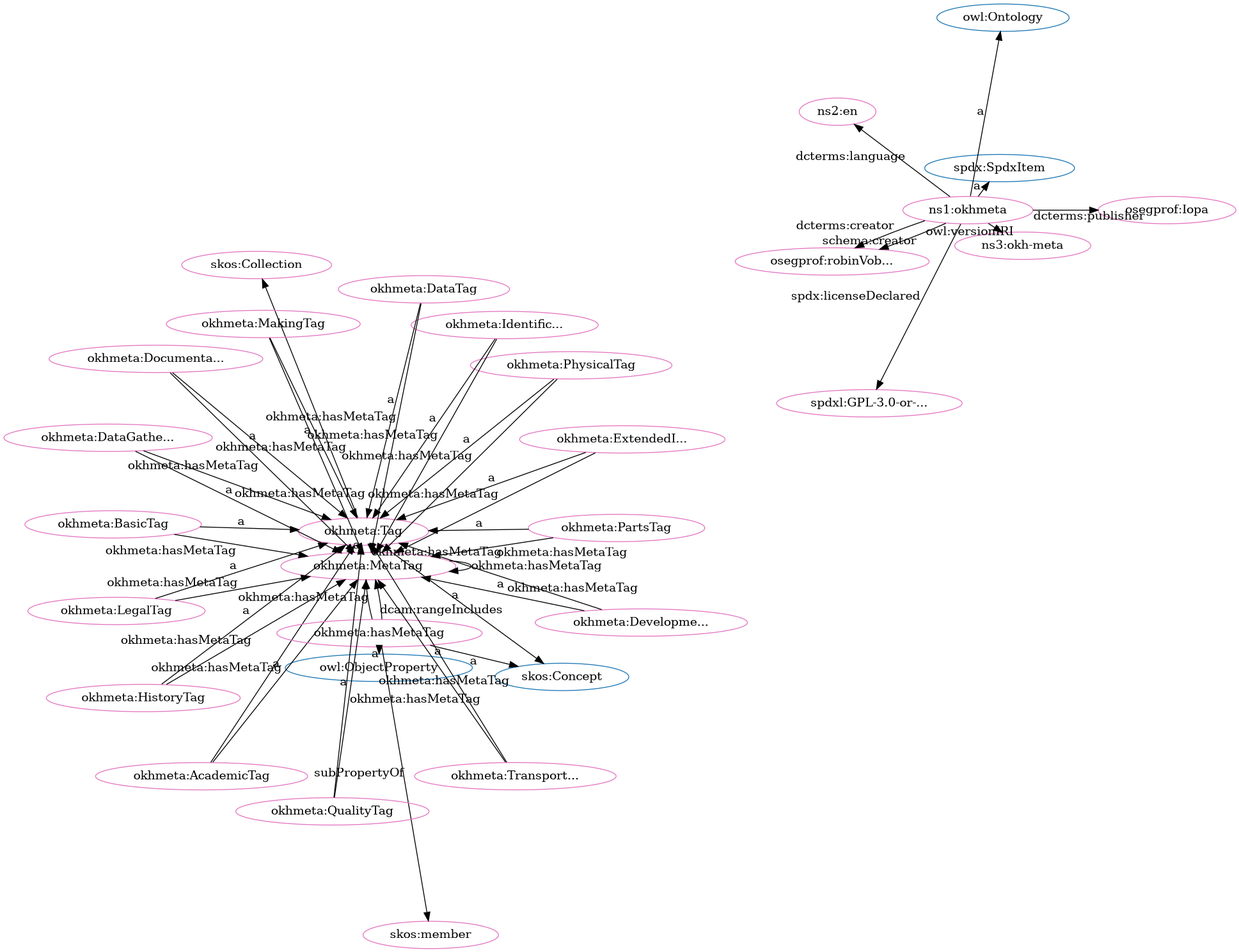
Above: src/spec/fdp_okh-meta.png in iop-alliance/OpenKnowHow (Graphviz), before the change. Its source is kept beside it as src/spec/fdp_okh-meta.dot.
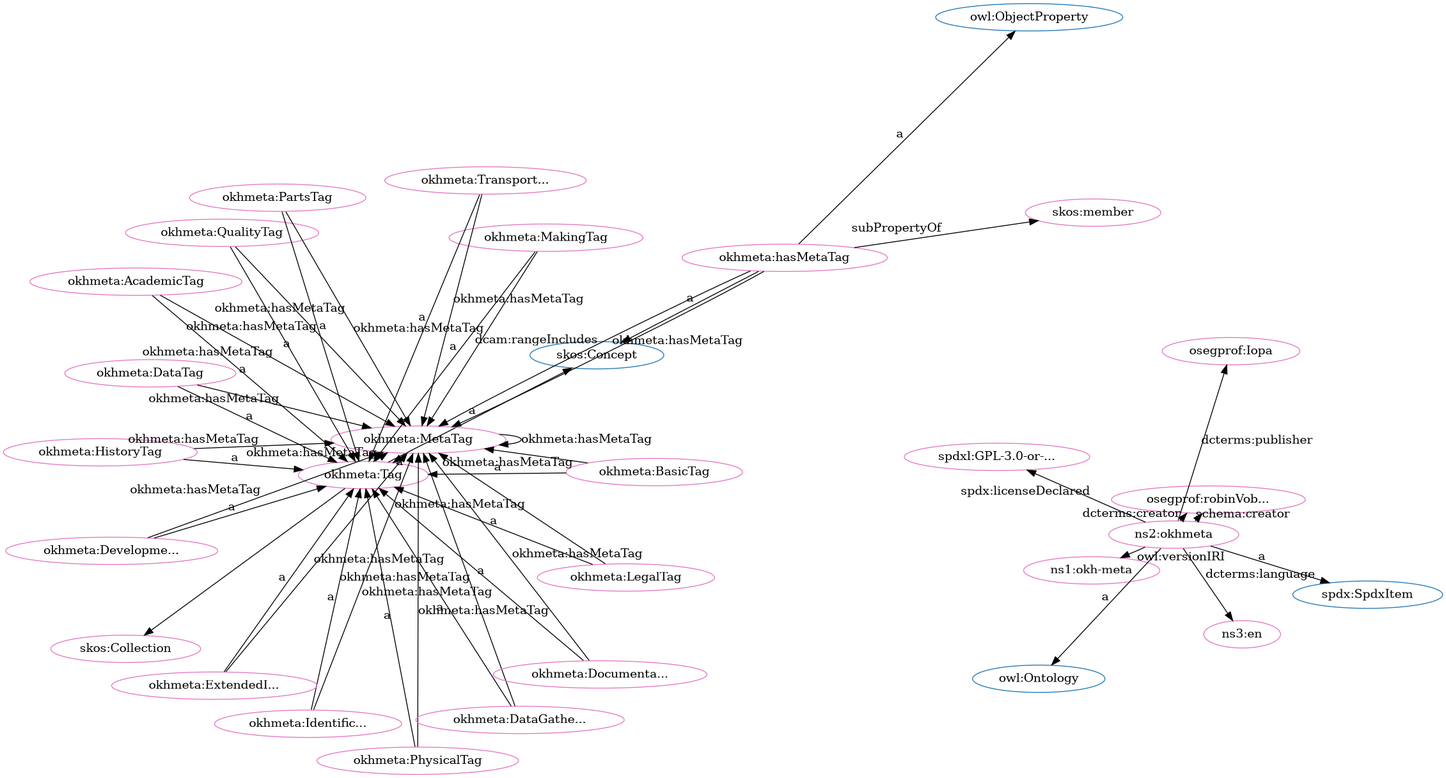
The same diagram one commit later.

Change to the diagram source:
```diff
@@ -1,84 +1,84 @@
 digraph G {
   rankdir=BT
   node[height=.3]
+"http://www.w3.org/2002/07/owl#Ontology" [fillcolor="#1f77b4" color="#1f77b4" label="owl:Ontology"]
 "http://w3id.org/oseg/ont/okhmeta#Tag" [fillcolor="#1f77b4" color="#1f77b4" label="okhmeta:Tag"]
+"http://spdx.org/rdf/terms#SpdxItem" [fillcolor="#1f77b4" color="#1f77b4" label="spdx:SpdxItem"]
+"http://www.w3.org/2002/07/owl#ObjectProperty" [fillcolor="#1f77b4" color="#1f77b4" label="owl:ObjectProperty"]
+"http://www.w3.org/2004/02/skos/core#Collection" [fillcolor="#1f77b4" color="#1f77b4" label="skos:Collection"]
 "http://www.w3.org/2004/02/skos/core#Concept" [fillcolor="#1f77b4" color="#1f77b4" label="skos:Concept"]
-"http://www.w3.org/2002/07/owl#ObjectProperty" [fillcolor="#1f77b4" color="#1f77b4" label="owl:ObjectProperty"]
-"http://www.w3.org/2002/07/owl#Ontology" [fillcolor="#1f77b4" color="#1f77b4" label="owl:Ontology"]
-"http://spdx.org/rdf/terms#SpdxItem" [fillcolor="#1f77b4" color="#1f77b4" label="spdx:SpdxItem"]
-"http://www.w3.org/2004/02/skos/core#Collection" [fillcolor="#1f77b4" color="#1f77b4" label="skos:Collection"]
+"http://w3id.org/oseg/ont/okhmeta#IdentificationTag" [fillcolor="#e377c2" color="#e377c2" label="okhmeta:Identific..."]
 "http://w3id.org/oseg/ont/okhmeta#MetaTag" [fillcolor="#e377c2" color="#e377c2" label="okhmeta:MetaTag"]
+"http://w3id.org/oseg/ont/okhmeta#ExtendedInfoTag" [fillcolor="#e377c2" color="#e377c2" label="okhmeta:ExtendedI..."]
+"http://w3id.org/oseg/ont/1.1.0/okh-meta" [fillcolor="#e377c2" color="#e377c2" label="ns1:okh-meta"]
+"http://w3id.org/oseg/ont/okhmeta#DevelopmentTag" [fillcolor="#e377c2" color="#e377c2" label="okhmeta:Developme..."]
+"http://spdx.org/licenses/GPL-3.0-or-later" [fillcolor="#e377c2" color="#e377c2" label="spdxl:GPL-3.0-or-..."]
+"http://w3id.org/oseg/ont/okhmeta#PhysicalTag" [fillcolor="#e377c2" color="#e377c2" label="okhmeta:PhysicalTag"]
+"http://w3id.org/oseg/ont/okhmeta#hasMetaTag" [fillcolor="#e377c2" color="#e377c2" label="okhmeta:hasMetaTag"]
+"http://w3id.org/oseg/ont/okhmeta#QualityTag" [fillcolor="#e377c2" color="#e377c2" label="okhmeta:QualityTag"]
+"http://w3id.org/oseg/ont/okhmeta#Tag" [fillcolor="#e377c2" color="#e377c2" label="okhmeta:Tag"]
+"http://w3id.org/oseg/ont/okhmeta#AcademicTag" [fillcolor="#e377c2" color="#e377c2" label="okhmeta:AcademicTag"]
+"http://w3id.org/oseg/ont/okhmeta#DataTag" [fillcolor="#e377c2" color="#e377c2" label="okhmeta:DataTag"]
+"http://w3id.org/oseg/ont/okhmeta#DataGatheringTag" [fillcolor="#e377c2" color="#e377c2" label="okhmeta:DataGathe..."]
+"http://w3id.org/oseg/ont/oseg-profiles#Iopa" [fillcolor="#e377c2" color="#e377c2" label="osegprof:Iopa"]
+"http://w3id.org/oseg/ont/okhmeta#HistoryTag" [fillcolor="#e377c2" color="#e377c2" label="okhmeta:HistoryTag"]
+"http://www.w3.org/2004/02/skos/core#member" [fillcolor="#e377c2" color="#e377c2" label="skos:member"]
 "http://w3id.org/oseg/ont/oseg-profiles#robinVobruba" [fillcolor="#e377c2" color="#e377c2" label="osegprof:robinVob..."]
-"http://w3id.org/oseg/ont/okhmeta#AcademicTag" [fillcolor="#e377c2" color="#e377c2" label="okhmeta:AcademicTag"]
-"http://w3id.org/oseg/ont/okhmeta#hasMetaTag" [fillcolor="#e377c2" color="#e377c2" label="okhmeta:hasMetaTag"]
+"http://www.w3.org/2004/02/skos/core#Collection" [fillcolor="#e377c2" color="#e377c2" label="skos:Collection"]
+"http://w3id.org/oseg/ont/okhmeta#DocumentationTag" [fillcolor="#e377c2" color="#e377c2" label="okhmeta:Documenta..."]
 "http://w3id.org/oseg/ont/okhmeta#PartsTag" [fillcolor="#e377c2" color="#e377c2" label="okhmeta:PartsTag"]
-"http://w3id.org/oseg/ont/okhmeta#HistoryTag" [fillcolor="#e377c2" color="#e377c2" label="okhmeta:HistoryTag"]
-"http://w3id.org/oseg/ont/okhmeta#DevelopmentTag" [fillcolor="#e377c2" color="#e377c2" label="okhmeta:Developme..."]
+"http://w3id.org/oseg/ont/okhmeta#MakingTag" [fillcolor="#e377c2" color="#e377c2" label="okhmeta:MakingTag"]
+"http://w3id.org/oseg/ont/okhmeta#LegalTag" [fillcolor="#e377c2" color="#e377c2" label="okhmeta:LegalTag"]
+"http://w3id.org/oseg/ont/okhmeta" [fillcolor="#e377c2" color="#e377c2" label="ns2:okhmeta"]
+"http://w3id.org/oseg/ont/okhmeta#BasicTag" [fillcolor="#e377c2" color="#e377c2" label="okhmeta:BasicTag"]
+"http://id.loc.gov/vocabulary/iso639-1/en" [fillcolor="#e377c2" color="#e377c2" label="ns3:en"]
 "http://w3id.org/oseg/ont/okhmeta#TransportationTag" [fillcolor="#e377c2" color="#e377c2" label="okhmeta:Transport..."]
-"http://w3id.org/oseg/ont/okhmeta#BasicTag" [fillcolor="#e377c2" color="#e377c2" label="okhmeta:BasicTag"]
-"http://w3id.org/oseg/ont/okhmeta#ExtendedInfoTag" [fillcolor="#e377c2" color="#e377c2" label="okhmeta:ExtendedI..."]
-"http://w3id.org/oseg/ont/okhmeta#PhysicalTag" [fillcolor="#e377c2" color="#e377c2" label="okhmeta:PhysicalTag"]
-"http://w3id.org/oseg/ont/okhmeta#IdentificationTag" [fillcolor="#e377c2" color="#e377c2" label="okhmeta:Identific..."]
-"http://w3id.org/oseg/ont/okhmeta" [fillcolor="#e377c2" color="#e377c2" label="ns1:okhmeta"]
-"http://w3id.org/oseg/ont/oseg-profiles#Iopa" [fillcolor="#e377c2" color="#e377c2" label="osegprof:Iopa"]
-"http://w3id.org/oseg/ont/okhmeta#DataTag" [fillcolor="#e377c2" color="#e377c2" label="okhmeta:DataTag"]
-"http://w3id.org/oseg/ont/okhmeta#Tag" [fillcolor="#e377c2" color="#e377c2" label="okhmeta:Tag"]
-"http://www.w3.org/2004/02/skos/core#member" [fillcolor="#e377c2" color="#e377c2" label="skos:member"]
-"http://w3id.org/oseg/ont/okhmeta#DocumentationTag" [fillcolor="#e377c2" color="#e377c2" label="okhmeta:Documenta..."]
-"http://id.loc.gov/vocabulary/iso639-1/en" [fillcolor="#e377c2" color="#e377c2" label="ns2:en"]
-"http://w3id.org/oseg/ont/okhmeta#LegalTag" [fillcolor="#e377c2" color="#e377c2" label="okhmeta:LegalTag"]
-"http://w3id.org/oseg/ont/okhmeta#MakingTag" [fillcolor="#e377c2" color="#e377c2" label="okhmeta:MakingTag"]
-"http://www.w3.org/2004/02/skos/core#Collection" [fillcolor="#e377c2" color="#e377c2" label="skos:Collection"]
-"http://w3id.org/oseg/ont/okhmeta#QualityTag" [fillcolor="#e377c2" color="#e377c2" label="okhmeta:QualityTag"]
-"http://spdx.org/licenses/GPL-3.0-or-later" [fillcolor="#e377c2" color="#e377c2" label="spdxl:GPL-3.0-or-..."]
-"http://w3id.org/oseg/ont/okhmeta#DataGatheringTag" [fillcolor="#e377c2" color="#e377c2" label="okhmeta:DataGathe..."]
-"http://w3id.org/oseg/ont/1.1.0/okh-meta" [fillcolor="#e377c2" color="#e377c2" label="ns3:okh-meta"]
+  "http://w3id.org/oseg/ont/okhmeta#ExtendedInfoTag" -> "http://w3id.org/oseg/ont/okhmeta#Tag" [label="a"]
+  "http://w3id.org/oseg/ont/okhmeta" -> "http://w3id.org/oseg/ont/1.1.0/okh-meta" [label="owl:versionIRI"]
+  "http://w3id.org/oseg/ont/okhmeta#DevelopmentTag" -> "http://w3id.org/oseg/ont/okhmeta#Tag" [label="a"]
+  "http://w3id.org/oseg/ont/okhmeta#DataTag" -> "http://w3id.org/oseg/ont/okhmeta#MetaTag" [label="okhmeta:hasMetaTag"]
+  "http://w3id.org/oseg/ont/okhmeta" -> "http://spdx.org/licenses/GPL-3.0-or-later" [label="spdx:licenseDeclared"]
+  "http://w3id.org/oseg/ont/okhmeta#QualityTag" -> "http://w3id.org/oseg/ont/okhmeta#Tag" [label="a"]
+  "http://w3id.org/oseg/ont/okhmeta#AcademicTag" -> "http://w3id.org/oseg/ont/okhmeta#Tag" [label="a"]
+  "http://w3id.org/oseg/ont/okhmeta#DataTag" -> "http://w3id.org/oseg/ont/okhmeta#Tag" [label="a"]
+  "http://w3id.org/oseg/ont/okhmeta#DataGatheringTag" -> "http://w3id.org/oseg/ont/okhmeta#Tag" [label="a"]
+  "http://w3id.org/oseg/ont/okhmeta#hasMetaTag" -> "http://www.w3.org/2004/02/skos/core#member" [label="subPropertyOf"]
+  "http://w3id.org/oseg/ont/okhmeta#PhysicalTag" -> "http://w3id.org/oseg/ont/okhmeta#MetaTag" [label="okhmeta:hasMetaTag"]
   "http://w3id.org/oseg/ont/okhmeta#hasMetaTag" -> "http://w3id.org/oseg/ont/okhmeta#MetaTag" [label="okhmeta:hasMetaTag"]
+  "http://w3id.org/oseg/ont/okhmeta#LegalTag" -> "http://w3id.org/oseg/ont/okhmeta#MetaTag" [label="okhmeta:hasMetaTag"]
   "http://w3id.org/oseg/ont/okhmeta#hasMetaTag" -> "http://www.w3.org/2004/02/skos/core#Concept" [label="a"]
+  "http://w3id.org/oseg/ont/okhmeta" -> "http://w3id.org/oseg/ont/oseg-profiles#robinVobruba" [label="dcterms:creator"]
+  "http://w3id.org/oseg/ont/okhmeta#DocumentationTag" -> "http://w3id.org/oseg/ont/okhmeta#Tag" [label="a"]
+  "http://w3id.org/oseg/ont/okhmeta#PartsTag" -> "http://w3id.org/oseg/ont/okhmeta#Tag" [label="a"]
+  "http://w3id.org/oseg/ont/okhmeta#MakingTag" -> "http://w3id.org/oseg/ont/okhmeta#Tag" [label="a"]
+  "http://w3id.org/oseg/ont/okhmeta" -> "http://spdx.org/rdf/terms#SpdxItem" [label="a"]
   "http://w3id.org/oseg/ont/okhmeta" -> "http://w3id.org/oseg/ont/oseg-profiles#robinVobruba" [label="schema:creator"]
-  "http://w3id.org/oseg/ont/okhmeta#DevelopmentTag" -> "http://w3id.org/oseg/ont/okhmeta#Tag" [label="a"]
-  "http://w3id.org/oseg/ont/okhmeta#LegalTag" -> "http://w3id.org/oseg/ont/okhmeta#MetaTag" [label="okhmeta:hasMetaTag"]
-  "http://w3id.org/oseg/ont/okhmeta#ExtendedInfoTag" -> "http://w3id.org/oseg/ont/okhmeta#Tag" [label="a"]
+  "http://w3id.org/oseg/ont/okhmeta#BasicTag" -> "http://w3id.org/oseg/ont/okhmeta#Tag" [label="a"]
+  "http://w3id.org/oseg/ont/okhmeta#TransportationTag" -> "http://w3id.org/oseg/ont/okhmeta#MetaTag" [label="okhmeta:hasMetaTag"]
+  "http://w3id.org/oseg/ont/okhmeta#MetaTag" -> "http://w3id.org/oseg/ont/okhmeta#Tag" [label="a"]
+  "http://w3id.org/oseg/ont/okhmeta" -> "http://id.loc.gov/vocabulary/iso639-1/en" [label="dcterms:language"]
+  "http://w3id.org/oseg/ont/okhmeta#DevelopmentTag" -> "http://w3id.org/oseg/ont/okhmeta#MetaTag" [label="okhmeta:hasMetaTag"]
+  "http://w3id.org/oseg/ont/okhmeta#TransportationTag" -> "http://w3id.org/oseg/ont/okhmeta#Tag" [label="a"]
+  "http://w3id.org/oseg/ont/okhmeta#QualityTag" -> "http://w3id.org/oseg/ont/okhmeta#MetaTag" [label="okhmeta:hasMetaTag"]
+  "http://w3id.org/oseg/ont/okhmeta#IdentificationTag" -> "http://w3id.org/oseg/ont/okhmeta#Tag" [label="a"]
+  "http://w3id.org/oseg/ont/okhmeta#AcademicTag" -> "http://w3id.org/oseg/ont/okhmeta#MetaTag" [label="okhmeta:hasMetaTag"]
+  "http://w3id.org/oseg/ont/okhmeta#hasMetaTag" -> "http://w3id.org/oseg/ont/okhmeta#MetaTag" [label="dcam:rangeIncludes"]
+  "http://w3id.org/oseg/ont/okhmeta#DataGatheringTag" -> "http://w3id.org/oseg/ont/okhmeta#MetaTag" [label="okhmeta:hasMetaTag"]
+  "http://w3id.org/oseg/ont/okhmeta#PhysicalTag" -> "http://w3id.org/oseg/ont/okhmeta#Tag" [label="a"]
   "http://w3id.org/oseg/ont/okhmeta#Tag" -> "http://w3id.org/oseg/ont/okhmeta#MetaTag" [label="okhmeta:hasMetaTag"]
-  "http://w3id.org/oseg/ont/okhmeta#DevelopmentTag" -> "http://w3id.org/oseg/ont/okhmeta#MetaTag" [label="okhmeta:hasMetaTag"]
+  "http://w3id.org/oseg/ont/okhmeta#hasMetaTag" -> "http://www.w3.org/2002/07/owl#ObjectProperty" [label="a"]
+  "http://w3id.org/oseg/ont/okhmeta#Tag" -> "http://www.w3.org/2004/02/skos/core#Concept" [label="a"]
+  "http://w3id.org/oseg/ont/okhmeta" -> "http://w3id.org/oseg/ont/oseg-profiles#Iopa" [label="dcterms:publisher"]
+  "http://w3id.org/oseg/ont/okhmeta#HistoryTag" -> "http://w3id.org/oseg/ont/okhmeta#Tag" [label="a"]
+  "http://w3id.org/oseg/ont/okhmeta#DocumentationTag" -> "http://w3id.org/oseg/ont/okhmeta#MetaTag" [label="okhmeta:hasMetaTag"]
   "http://w3id.org/oseg/ont/okhmeta#PartsTag" -> "http://w3id.org/oseg/ont/okhmeta#MetaTag" [label="okhmeta:hasMetaTag"]
-  "http://w3id.org/oseg/ont/okhmeta#DataTag" -> "http://w3id.org/oseg/ont/okhmeta#Tag" [label="a"]
-  "http://w3id.org/oseg/ont/okhmeta#QualityTag" -> "http://w3id.org/oseg/ont/okhmeta#MetaTag" [label="okhmeta:hasMetaTag"]
-  "http://w3id.org/oseg/ont/okhmeta#Tag" -> "http://www.w3.org/2004/02/skos/core#Concept" [label="a"]
-  "http://w3id.org/oseg/ont/okhmeta#MetaTag" -> "http://w3id.org/oseg/ont/okhmeta#Tag" [label="a"]
-  "http://w3id.org/oseg/ont/okhmeta#hasMetaTag" -> "http://www.w3.org/2004/02/skos/core#member" [label="subPropertyOf"]
-  "http://w3id.org/oseg/ont/okhmeta#DocumentationTag" -> "http://w3id.org/oseg/ont/okhmeta#Tag" [label="a"]
-  "http://w3id.org/oseg/ont/okhmeta" -> "http://id.loc.gov/vocabulary/iso639-1/en" [label="dcterms:language"]
-  "http://w3id.org/oseg/ont/okhmeta#TransportationTag" -> "http://w3id.org/oseg/ont/okhmeta#MetaTag" [label="okhmeta:hasMetaTag"]
-  "http://w3id.org/oseg/ont/okhmeta#PhysicalTag" -> "http://w3id.org/oseg/ont/okhmeta#MetaTag" [label="okhmeta:hasMetaTag"]
-  "http://w3id.org/oseg/ont/okhmeta#MakingTag" -> "http://w3id.org/oseg/ont/okhmeta#Tag" [label="a"]
-  "http://w3id.org/oseg/ont/okhmeta#hasMetaTag" -> "http://www.w3.org/2002/07/owl#ObjectProperty" [label="a"]
-  "http://w3id.org/oseg/ont/okhmeta" -> "http://spdx.org/licenses/GPL-3.0-or-later" [label="spdx:licenseDeclared"]
-  "http://w3id.org/oseg/ont/okhmeta#DataGatheringTag" -> "http://w3id.org/oseg/ont/okhmeta#Tag" [label="a"]
-  "http://w3id.org/oseg/ont/okhmeta" -> "http://w3id.org/oseg/ont/1.1.0/okh-meta" [label="owl:versionIRI"]
   "http://w3id.org/oseg/ont/okhmeta#MakingTag" -> "http://w3id.org/oseg/ont/okhmeta#MetaTag" [label="okhmeta:hasMetaTag"]
-  "http://w3id.org/oseg/ont/okhmeta#DataTag" -> "http://w3id.org/oseg/ont/okhmeta#MetaTag" [label="okhmeta:hasMetaTag"]
-  "http://w3id.org/oseg/ont/okhmeta#DataGatheringTag" -> "http://w3id.org/oseg/ont/okhmeta#MetaTag" [label="okhmeta:hasMetaTag"]
-  "http://w3id.org/oseg/ont/okhmeta" -> "http://w3id.org/oseg/ont/oseg-profiles#robinVobruba" [label="dcterms:creator"]
   "http://w3id.org/oseg/ont/okhmeta#ExtendedInfoTag" -> "http://w3id.org/oseg/ont/okhmeta#MetaTag" [label="okhmeta:hasMetaTag"]
-  "http://w3id.org/oseg/ont/okhmeta#AcademicTag" -> "http://w3id.org/oseg/ont/okhmeta#Tag" [label="a"]
-  "http://w3id.org/oseg/ont/okhmeta#PartsTag" -> "http://w3id.org/oseg/ont/okhmeta#Tag" [label="a"]
-  "http://w3id.org/oseg/ont/okhmeta#HistoryTag" -> "http://w3id.org/oseg/ont/okhmeta#Tag" [label="a"]
+  "http://w3id.org/oseg/ont/okhmeta#BasicTag" -> "http://w3id.org/oseg/ont/okhmeta#MetaTag" [label="okhmeta:hasMetaTag"]
+  "http://w3id.org/oseg/ont/okhmeta#Tag" -> "http://www.w3.org/2004/02/skos/core#Collection" [label=""]
   "http://w3id.org/oseg/ont/okhmeta#MetaTag" -> "http://w3id.org/oseg/ont/okhmeta#MetaTag" [label="okhmeta:hasMetaTag"]
-  "http://w3id.org/oseg/ont/okhmeta#DocumentationTag" -> "http://w3id.org/oseg/ont/okhmeta#MetaTag" [label="okhmeta:hasMetaTag"]
-  "http://w3id.org/oseg/ont/okhmeta#TransportationTag" -> "http://w3id.org/oseg/ont/okhmeta#Tag" [label="a"]
-  "http://w3id.org/oseg/ont/okhmeta#BasicTag" -> "http://w3id.org/oseg/ont/okhmeta#Tag" [label="a"]
-  "http://w3id.org/oseg/ont/okhmeta#PhysicalTag" -> "http://w3id.org/oseg/ont/okhmeta#Tag" [label="a"]
-  "http://w3id.org/oseg/ont/okhmeta#IdentificationTag" -> "http://w3id.org/oseg/ont/okhmeta#Tag" [label="a"]
-  "http://w3id.org/oseg/ont/okhmeta" -> "http://spdx.org/rdf/terms#SpdxItem" [label="a"]
-  "http://w3id.org/oseg/ont/okhmeta" -> "http://w3id.org/oseg/ont/oseg-profiles#Iopa" [label="dcterms:publisher"]
-  "http://w3id.org/oseg/ont/okhmeta#BasicTag" -> "http://w3id.org/oseg/ont/okhmeta#MetaTag" [label="okhmeta:hasMetaTag"]
-  "http://w3id.org/oseg/ont/okhmeta#IdentificationTag" -> "http://w3id.org/oseg/ont/okhmeta#MetaTag" [label="okhmeta:hasMetaTag"]
-  "http://w3id.org/oseg/ont/okhmeta#AcademicTag" -> "http://w3id.org/oseg/ont/okhmeta#MetaTag" [label="okhmeta:hasMetaTag"]
   "http://w3id.org/oseg/ont/okhmeta#LegalTag" -> "http://w3id.org/oseg/ont/okhmeta#Tag" [label="a"]
   "http://w3id.org/oseg/ont/okhmeta#HistoryTag" -> "http://w3id.org/oseg/ont/okhmeta#MetaTag" [label="okhmeta:hasMetaTag"]
-  "http://w3id.org/oseg/ont/okhmeta#hasMetaTag" -> "http://w3id.org/oseg/ont/okhmeta#MetaTag" [label="dcam:rangeIncludes"]
-  "http://w3id.org/oseg/ont/okhmeta#Tag" -> "http://www.w3.org/2004/02/skos/core#Collection" [label=""]
-  "http://w3id.org/oseg/ont/okhmeta#QualityTag" -> "http://w3id.org/oseg/ont/okhmeta#Tag" [label="a"]
+  "http://w3id.org/oseg/ont/okhmeta#IdentificationTag" -> "http://w3id.org/oseg/ont/okhmeta#MetaTag" [label="okhmeta:hasMetaTag"]
   "http://w3id.org/oseg/ont/okhmeta" -> "http://www.w3.org/2002/07/owl#Ontology" [label="a"]
 }
```
